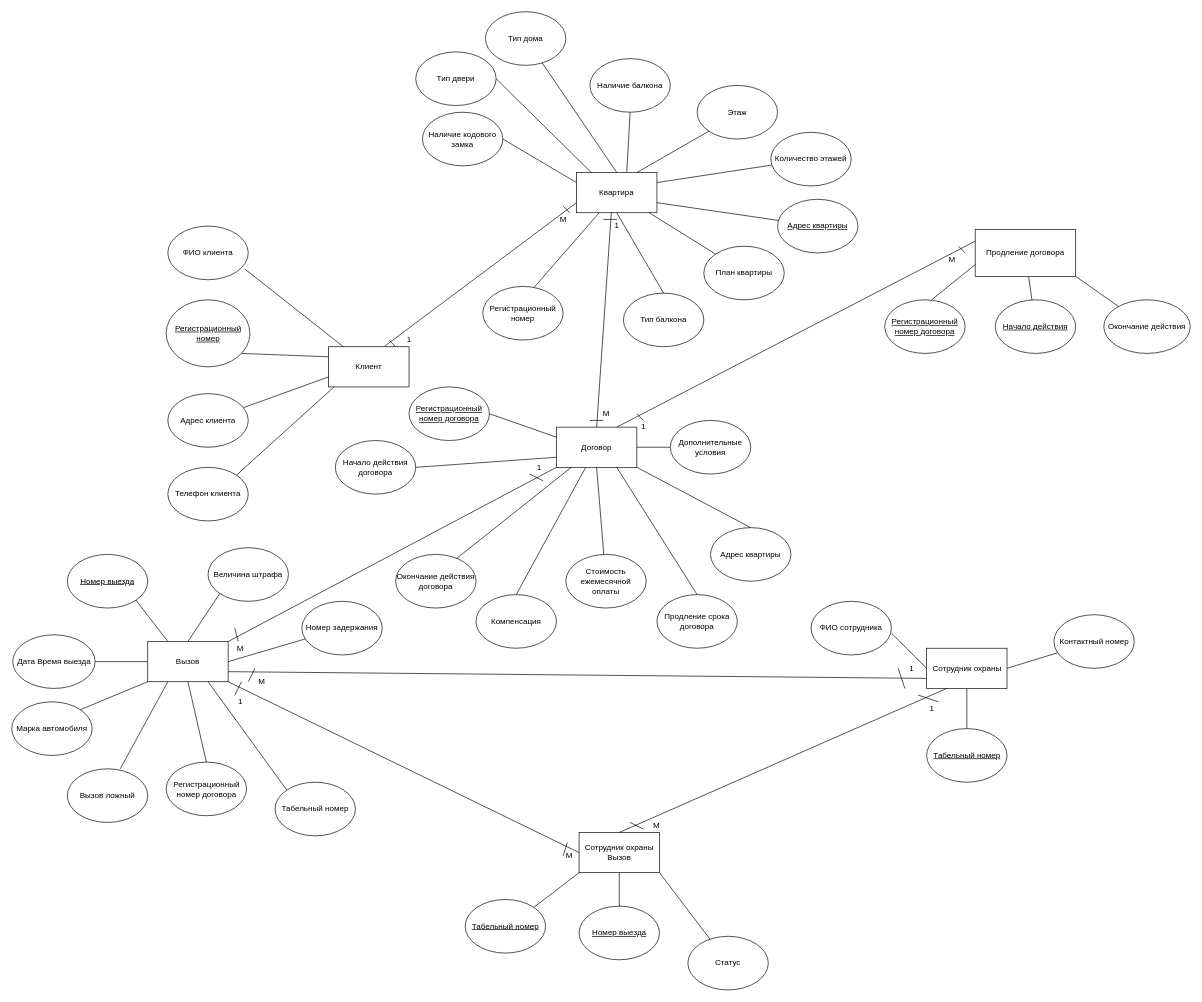
Above: Untitled Diagram.drawio in qwite/pastes (draw.io), before the change. Source tidied: cells renumbered, new cells numbered last; positions are measured from the earlier drawing's top-left corner, leaving out a move shared by most shapes. Both pictures are drawn from the tidied source at 67%, with x=0, y=0 at pixel (11, 11).
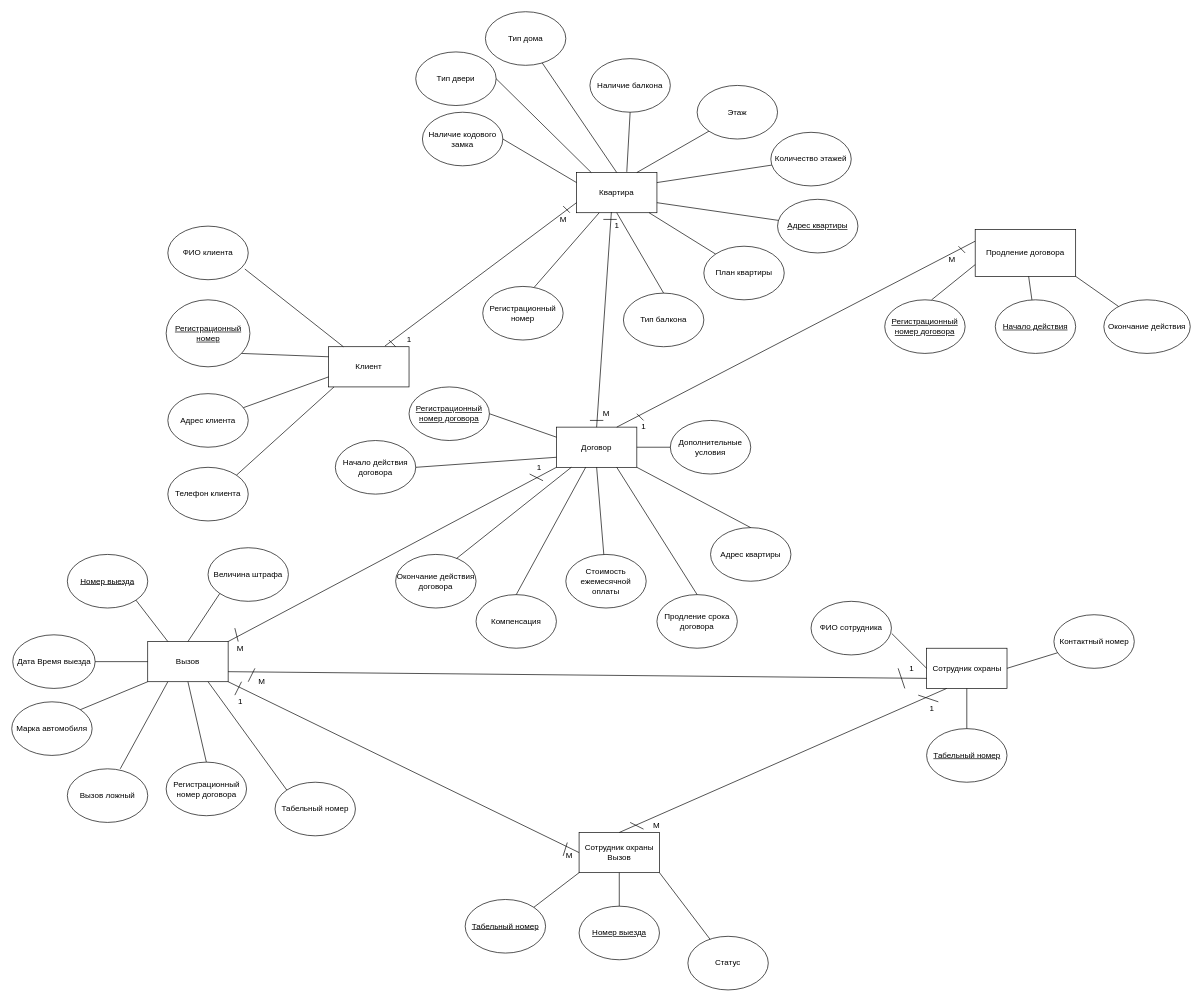
After the change.

The change refers to these unchanged cells:
```xml
<mxCell id="5" value="Вызов" style="rounded=0;whiteSpace=wrap;html=1;" parent="1" vertex="1">
  <mxGeometry x="203" y="940" width="120" height="60" as="geometry" />
</mxCell>
```

Diff of the diagram source:
```diff
@@
-    <mxCell id="64" value="Номер задержания" style="ellipse;whiteSpace=wrap;html=1;" parent="1" vertex="1">
-      <mxGeometry x="433" y="880" width="120" height="80" as="geometry" />
-    </mxCell>
@@
-    <mxCell id="74" style="endArrow=none;html=1;exitX=1;exitY=0.5;exitDx=0;exitDy=0;" parent="1" edge="1" source="5" target="64">
-      <mxGeometry relative="1" as="geometry" />
-    </mxCell>
```
